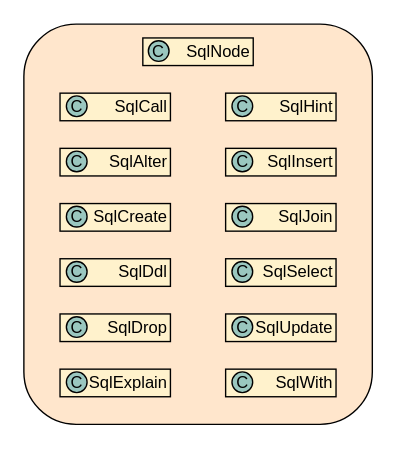
The draw.io diagram sqlNode.drawio in arlottang/tdh_bit, before the edit. Source tidied: cells renumbered, new cells numbered last; positions are measured from the earlier drawing's top-left corner, leaving out a move shared by most shapes. Both pictures are drawn from the tidied source at 138%, with x=0, y=0 at pixel (23, 23).
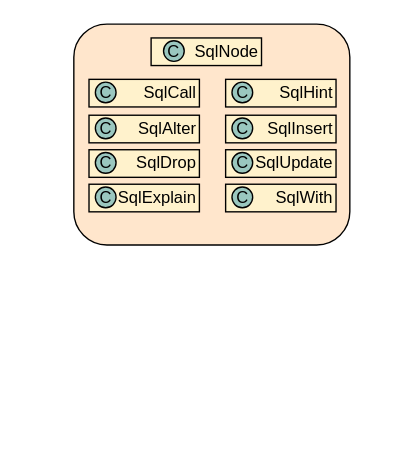
Above is the later version.

Diff of the diagram source:
```diff
@@
     <mxCell id="2" style="rounded=1;whiteSpace=wrap;html=1;fillColor=#FFE6CC;" parent="1" vertex="1">
-      <mxGeometry x="-0.2" width="252.5" height="290" as="geometry" />
+      <mxGeometry x="36" width="200" height="160" as="geometry" />
     </mxCell>
-    <mxCell id="3" style="group;" parent="1" vertex="1">
-      <mxGeometry x="86" y="10" width="80" height="20" as="geometry" />
-    </mxCell>
-    <mxCell id="4" value="SqlNode" style="rounded=0;whiteSpace=wrap;html=1;fillColor=#FFF2CC;align=right;" parent="3" vertex="1">
-      <mxGeometry width="80" height="20" as="geometry" />
-    </mxCell>
-    <mxCell id="5" value="C" style="ellipse;whiteSpace=wrap;html=1;fillColor=#9AC7BF;" parent="3" vertex="1">
-      <mxGeometry x="4" y="2" width="15" height="15" as="geometry" />
-    </mxCell>
     <mxCell id="6" style="group;" parent="1" vertex="1">
-      <mxGeometry x="26" y="50" width="80" height="20" as="geometry" />
+      <mxGeometry x="47" y="40" width="80" height="20" as="geometry" />
     </mxCell>
@@
-    <mxCell id="9" style="group;" parent="1" vertex="1">
-      <mxGeometry x="26" y="130" width="80" height="20" as="geometry" />
-    </mxCell>
-    <mxCell id="10" value="SqlCreate" style="rounded=0;whiteSpace=wrap;html=1;fillColor=#FFF2CC;align=right;" parent="9" vertex="1">
-      <mxGeometry width="80" height="20" as="geometry" />
-    </mxCell>
-    <mxCell id="11" value="C" style="ellipse;whiteSpace=wrap;html=1;fillColor=#9AC7BF;" parent="9" vertex="1">
-      <mxGeometry x="4.6" y="2" width="15" height="15" as="geometry" />
-    </mxCell>
     <mxCell id="12" style="group;" parent="1" vertex="1">
-      <mxGeometry x="26" y="90" width="80" height="20" as="geometry" />
+      <mxGeometry x="47" y="66" width="80" height="20" as="geometry" />
     </mxCell>
@@
-    <mxCell id="15" style="group;" parent="1" vertex="1">
-      <mxGeometry x="26" y="170" width="80" height="20" as="geometry" />
-    </mxCell>
-    <mxCell id="16" value="SqlDdl" style="rounded=0;whiteSpace=wrap;html=1;fillColor=#FFF2CC;align=right;" parent="15" vertex="1">
-      <mxGeometry width="80" height="20" as="geometry" />
-    </mxCell>
-    <mxCell id="17" value="C" style="ellipse;whiteSpace=wrap;html=1;fillColor=#9AC7BF;" parent="15" vertex="1">
-      <mxGeometry x="4.6" y="2" width="15" height="15" as="geometry" />
-    </mxCell>
     <mxCell id="18" style="group;" parent="1" vertex="1">
-      <mxGeometry x="26" y="250" width="80" height="20" as="geometry" />
+      <mxGeometry x="47" y="116" width="80" height="20" as="geometry" />
     </mxCell>
@@
     <mxCell id="21" style="group;" parent="1" vertex="1">
-      <mxGeometry x="26" y="210" width="80" height="20" as="geometry" />
+      <mxGeometry x="47" y="91" width="80" height="20" as="geometry" />
     </mxCell>
@@
     <mxCell id="24" style="group;" parent="1" vertex="1">
-      <mxGeometry x="146" y="50" width="80" height="20" as="geometry" />
+      <mxGeometry x="146" y="40" width="80" height="20" as="geometry" />
     </mxCell>
@@
     <mxCell id="27" style="group;" parent="1" vertex="1">
-      <mxGeometry x="146" y="90" width="80" height="20" as="geometry" />
+      <mxGeometry x="146" y="66" width="80" height="20" as="geometry" />
     </mxCell>
@@
-    <mxCell id="30" style="group;" parent="1" vertex="1">
-      <mxGeometry x="146" y="130" width="80" height="20" as="geometry" />
-    </mxCell>
-    <mxCell id="31" value="SqlJoin" style="rounded=0;whiteSpace=wrap;html=1;fillColor=#FFF2CC;align=right;" parent="30" vertex="1">
-      <mxGeometry width="80" height="20" as="geometry" />
-    </mxCell>
-    <mxCell id="32" value="C" style="ellipse;whiteSpace=wrap;html=1;fillColor=#9AC7BF;" parent="30" vertex="1">
-      <mxGeometry x="4.6" y="2" width="15" height="15" as="geometry" />
-    </mxCell>
-    <mxCell id="33" style="group;" parent="1" vertex="1">
-      <mxGeometry x="146" y="170" width="80" height="20" as="geometry" />
-    </mxCell>
-    <mxCell id="34" value="SqlSelect" style="rounded=0;whiteSpace=wrap;html=1;fillColor=#FFF2CC;align=right;" parent="33" vertex="1">
-      <mxGeometry width="80" height="20" as="geometry" />
-    </mxCell>
-    <mxCell id="35" value="C" style="ellipse;whiteSpace=wrap;html=1;fillColor=#9AC7BF;" parent="33" vertex="1">
-      <mxGeometry x="4.6" y="2" width="15" height="15" as="geometry" />
-    </mxCell>
     <mxCell id="36" style="group;" parent="1" vertex="1">
-      <mxGeometry x="146" y="210" width="80" height="20" as="geometry" />
+      <mxGeometry x="146" y="91" width="80" height="20" as="geometry" />
     </mxCell>
@@
     <mxCell id="39" style="group;" parent="1" vertex="1">
-      <mxGeometry x="146" y="250" width="80" height="20" as="geometry" />
+      <mxGeometry x="146" y="116" width="80" height="20" as="geometry" />
     </mxCell>
@@
+    <mxCell id="3" style="group;" parent="1" vertex="1">
+      <mxGeometry x="92" y="10" width="80" height="20" as="geometry" />
+    </mxCell>
+    <mxCell id="4" value="SqlNode" style="rounded=0;whiteSpace=wrap;html=1;fillColor=#FFF2CC;align=right;" parent="3" vertex="1">
+      <mxGeometry width="80" height="20" as="geometry" />
+    </mxCell>
+    <mxCell id="5" value="C" style="ellipse;whiteSpace=wrap;html=1;fillColor=#9AC7BF;" parent="3" vertex="1">
+      <mxGeometry x="9" y="2" width="15" height="15" as="geometry" />
+    </mxCell>
```
